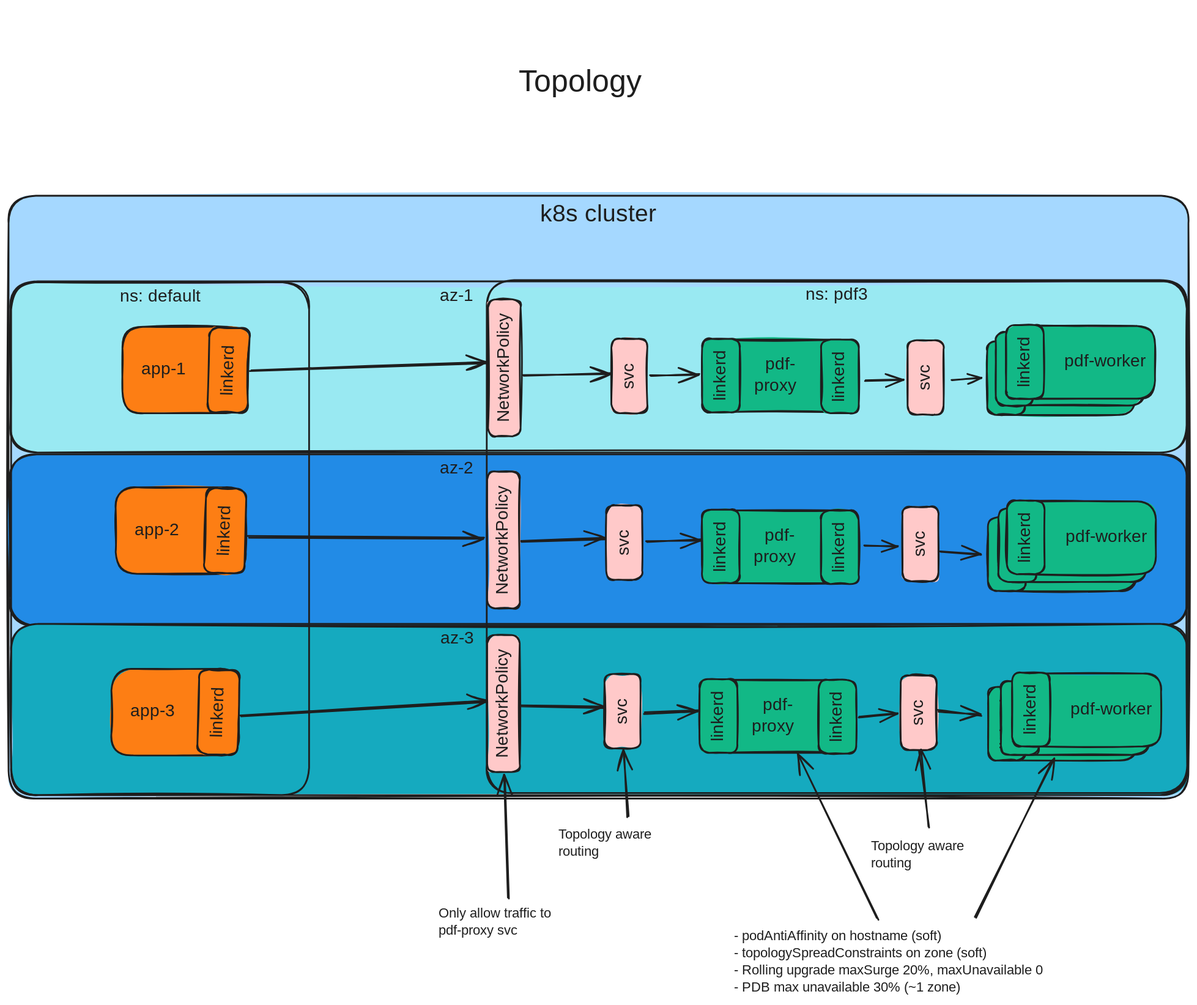
Above: src/Runtime/pdf3/docs/topology.excalidraw.svg in Altinn/altinn-studio (Excalidraw), before the change. Source tidied: one line per element, renumbered; positions are measured from the earlier drawing's top-left corner, leaving out a move shared by most shapes.
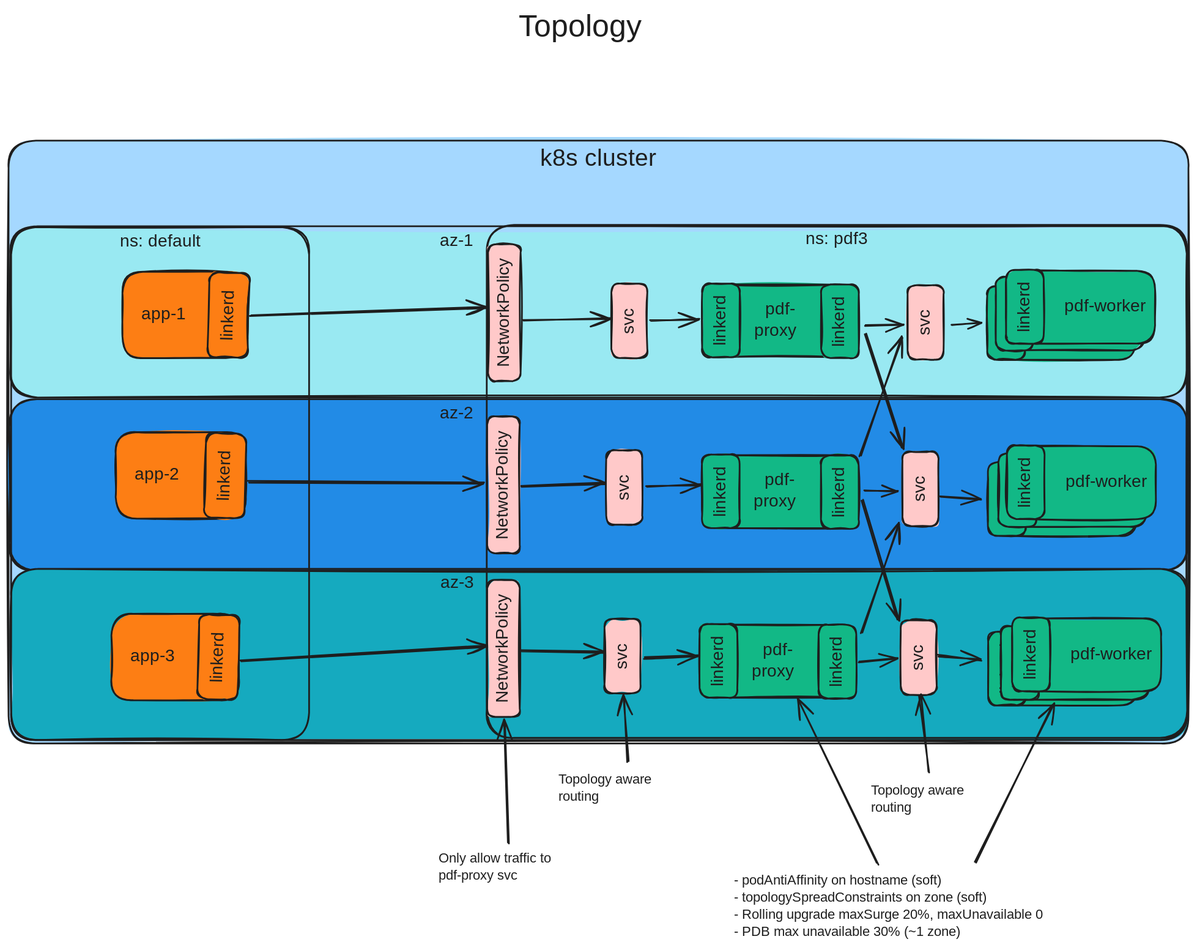
Above is the later version.

The edit, as a diff of the source:
```diff
@@ -119,3 +119,7 @@
 {"id": 118, "type": "arrow", "strokeColor": "#1e1e1e", "backgroundColor": "#ffc9c9", "fillStyle": "solid", "strokeWidth": 2, "roughness": 1, "endArrowhead": "arrow", "round": true, "from": 107, "to": 75, "x": 1102, "y": 369, "width": 34, "height": 2, "points": [[0, 0], [34, -2]]}
 {"id": 119, "type": "text", "text": "Topology aware\nrouting", "strokeColor": "#1e1e1e", "backgroundColor": "#ffc9c9", "fillStyle": "solid", "strokeWidth": 2, "roughness": 1, "fontSize": 16, "fontFamily": 5, "x": 1008, "y": 904, "width": 132, "height": 40}
 {"id": 120, "type": "arrow", "strokeColor": "#1e1e1e", "backgroundColor": "#ffc9c9", "fillStyle": "solid", "strokeWidth": 2, "roughness": 1, "endArrowhead": "arrow", "round": true, "from": 119, "to": 111, "x": 1074, "y": 892, "width": 10, "height": 90, "points": [[0, 0], [-10, -90]]}
+{"id": 121, "type": "arrow", "strokeColor": "#1e1e1e", "strokeWidth": 2, "roughness": 1, "endArrowhead": "arrow", "round": true, "from": 41, "to": 111, "x": 997, "y": 574, "width": 42, "height": 139, "points": [[0, 0], [42, 139]]}
+{"id": 122, "type": "arrow", "strokeColor": "#1e1e1e", "strokeWidth": 2, "roughness": 1, "endArrowhead": "arrow", "round": true, "from": 41, "to": 107, "x": 994, "y": 522, "width": 50, "height": 139, "points": [[0, 0], [50, -139]]}
+{"id": 123, "type": "arrow", "strokeColor": "#1e1e1e", "strokeWidth": 2, "roughness": 1, "endArrowhead": "arrow", "round": true, "from": 29, "to": 109, "x": 1001, "y": 380, "width": 43, "height": 133, "points": [[0, 0], [43, 133]]}
+{"id": 124, "type": "arrow", "strokeColor": "#1e1e1e", "strokeWidth": 2, "roughness": 1, "endArrowhead": "arrow", "round": true, "from": 52, "to": 109, "x": 996, "y": 728, "width": 43, "height": 127, "points": [[0, 0], [43, -127]]}
```
